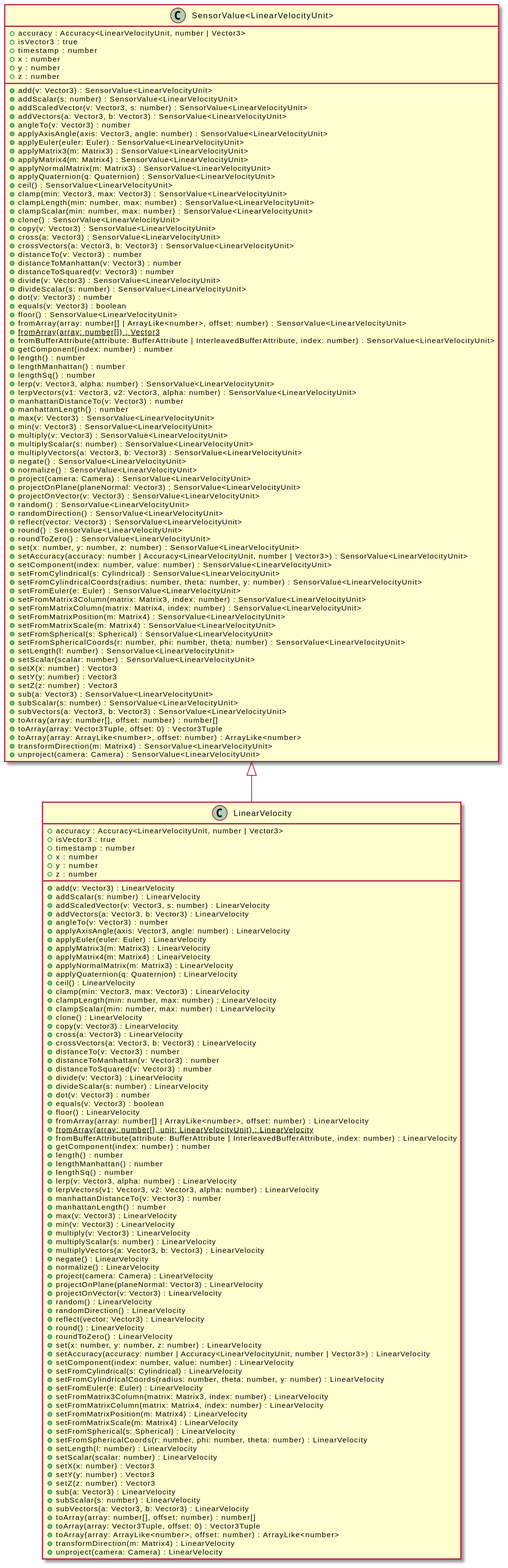
Earlier version of the PlantUML export assets/LinearVelocity-umlClassDiagram-4751.svg (OpenHPS/openhps-core). Its diagram source:
```plantuml
@startuml
skinparam BackgroundColor transparent
hide empty methods
hide empty fields
class "LinearVelocity" {
    +accuracy : Accuracy<LinearVelocityUnit, number | Vector3>
    +isVector3 : true
    +timestamp : number
    +x : number
    +y : number
    +z : number
    +add(v: Vector3) : LinearVelocity
    +addScalar(s: number) : LinearVelocity
    +addScaledVector(v: Vector3, s: number) : LinearVelocity
    +addVectors(a: Vector3, b: Vector3) : LinearVelocity
    +angleTo(v: Vector3) : number
    +applyAxisAngle(axis: Vector3, angle: number) : LinearVelocity
    +applyEuler(euler: Euler) : LinearVelocity
    +applyMatrix3(m: Matrix3) : LinearVelocity
    +applyMatrix4(m: Matrix4) : LinearVelocity
    +applyNormalMatrix(m: Matrix3) : LinearVelocity
    +applyQuaternion(q: Quaternion) : LinearVelocity
    +ceil() : LinearVelocity
    +clamp(min: Vector3, max: Vector3) : LinearVelocity
    +clampLength(min: number, max: number) : LinearVelocity
    +clampScalar(min: number, max: number) : LinearVelocity
    +clone() : LinearVelocity
    +copy(v: Vector3) : LinearVelocity
    +cross(a: Vector3) : LinearVelocity
    +crossVectors(a: Vector3, b: Vector3) : LinearVelocity
    +distanceTo(v: Vector3) : number
    +distanceToManhattan(v: Vector3) : number
    +distanceToSquared(v: Vector3) : number
    +divide(v: Vector3) : LinearVelocity
    +divideScalar(s: number) : LinearVelocity
    +dot(v: Vector3) : number
    +equals(v: Vector3) : boolean
    +floor() : LinearVelocity
    +fromArray(array: number[] | ArrayLike<number>, offset: number) : LinearVelocity
    {static} +fromArray(array: number[], unit: LinearVelocityUnit) : LinearVelocity
    +fromBufferAttribute(attribute: BufferAttribute | InterleavedBufferAttribute, index: number) : LinearVelocity
    +getComponent(index: number) : number
    +length() : number
    +lengthManhattan() : number
    +lengthSq() : number
    +lerp(v: Vector3, alpha: number) : LinearVelocity
    +lerpVectors(v1: Vector3, v2: Vector3, alpha: number) : LinearVelocity
    +manhattanDistanceTo(v: Vector3) : number
    +manhattanLength() : number
    +max(v: Vector3) : LinearVelocity
    +min(v: Vector3) : LinearVelocity
    +multiply(v: Vector3) : LinearVelocity
    +multiplyScalar(s: number) : LinearVelocity
    +multiplyVectors(a: Vector3, b: Vector3) : LinearVelocity
    +negate() : LinearVelocity
    +normalize() : LinearVelocity
    +project(camera: Camera) : LinearVelocity
    +projectOnPlane(planeNormal: Vector3) : LinearVelocity
    +projectOnVector(v: Vector3) : LinearVelocity
    +random() : LinearVelocity
    +randomDirection() : LinearVelocity
    +reflect(vector: Vector3) : LinearVelocity
    +round() : LinearVelocity
    +roundToZero() : LinearVelocity
    +set(x: number, y: number, z: number) : LinearVelocity
    +setAccuracy(accuracy: number | Accuracy<LinearVelocityUnit, number | Vector3>) : LinearVelocity
    +setComponent(index: number, value: number) : LinearVelocity
    +setFromCylindrical(s: Cylindrical) : LinearVelocity
    +setFromCylindricalCoords(radius: number, theta: number, y: number) : LinearVelocity
    +setFromEuler(e: Euler) : LinearVelocity
    +setFromMatrix3Column(matrix: Matrix3, index: number) : LinearVelocity
    +setFromMatrixColumn(matrix: Matrix4, index: number) : LinearVelocity
    +setFromMatrixPosition(m: Matrix4) : LinearVelocity
    +setFromMatrixScale(m: Matrix4) : LinearVelocity
    +setFromSpherical(s: Spherical) : LinearVelocity
    +setFromSphericalCoords(r: number, phi: number, theta: number) : LinearVelocity
    +setLength(l: number) : LinearVelocity
    +setScalar(scalar: number) : LinearVelocity
    +setX(x: number) : Vector3
    +setY(y: number) : Vector3
    +setZ(z: number) : Vector3
    +sub(a: Vector3) : LinearVelocity
    +subScalar(s: number) : LinearVelocity
    +subVectors(a: Vector3, b: Vector3) : LinearVelocity
    +toArray(array: number[], offset: number) : number[]
    +toArray(array: Vector3Tuple, offset: 0) : Vector3Tuple
    +toArray(array: ArrayLike<number>, offset: number) : ArrayLike<number>
    +transformDirection(m: Matrix4) : LinearVelocity
    +unproject(camera: Camera) : LinearVelocity
}
class "SensorValue<LinearVelocityUnit>" {
    +accuracy : Accuracy<LinearVelocityUnit, number | Vector3>
    +isVector3 : true
    +timestamp : number
    +x : number
    +y : number
    +z : number
    +add(v: Vector3) : SensorValue<LinearVelocityUnit>
    +addScalar(s: number) : SensorValue<LinearVelocityUnit>
    +addScaledVector(v: Vector3, s: number) : SensorValue<LinearVelocityUnit>
    +addVectors(a: Vector3, b: Vector3) : SensorValue<LinearVelocityUnit>
    +angleTo(v: Vector3) : number
    +applyAxisAngle(axis: Vector3, angle: number) : SensorValue<LinearVelocityUnit>
    +applyEuler(euler: Euler) : SensorValue<LinearVelocityUnit>
    +applyMatrix3(m: Matrix3) : SensorValue<LinearVelocityUnit>
    +applyMatrix4(m: Matrix4) : SensorValue<LinearVelocityUnit>
    +applyNormalMatrix(m: Matrix3) : SensorValue<LinearVelocityUnit>
    +applyQuaternion(q: Quaternion) : SensorValue<LinearVelocityUnit>
    +ceil() : SensorValue<LinearVelocityUnit>
    +clamp(min: Vector3, max: Vector3) : SensorValue<LinearVelocityUnit>
    +clampLength(min: number, max: number) : SensorValue<LinearVelocityUnit>
    +clampScalar(min: number, max: number) : SensorValue<LinearVelocityUnit>
    +clone() : SensorValue<LinearVelocityUnit>
    +copy(v: Vector3) : SensorValue<LinearVelocityUnit>
    +cross(a: Vector3) : SensorValue<LinearVelocityUnit>
    +crossVectors(a: Vector3, b: Vector3) : SensorValue<LinearVelocityUnit>
    +distanceTo(v: Vector3) : number
    +distanceToManhattan(v: Vector3) : number
    +distanceToSquared(v: Vector3) : number
    +divide(v: Vector3) : SensorValue<LinearVelocityUnit>
    +divideScalar(s: number) : SensorValue<LinearVelocityUnit>
    +dot(v: Vector3) : number
    +equals(v: Vector3) : boolean
    +floor() : SensorValue<LinearVelocityUnit>
    +fromArray(array: number[] | ArrayLike<number>, offset: number) : SensorValue<LinearVelocityUnit>
    {static} +fromArray(array: number[]) : Vector3
    +fromBufferAttribute(attribute: BufferAttribute | InterleavedBufferAttribute, index: number) : SensorValue<LinearVelocityUnit>
    +getComponent(index: number) : number
    +length() : number
    +lengthManhattan() : number
    +lengthSq() : number
    +lerp(v: Vector3, alpha: number) : SensorValue<LinearVelocityUnit>
    +lerpVectors(v1: Vector3, v2: Vector3, alpha: number) : SensorValue<LinearVelocityUnit>
    +manhattanDistanceTo(v: Vector3) : number
    +manhattanLength() : number
    +max(v: Vector3) : SensorValue<LinearVelocityUnit>
    +min(v: Vector3) : SensorValue<LinearVelocityUnit>
    +multiply(v: Vector3) : SensorValue<LinearVelocityUnit>
    +multiplyScalar(s: number) : SensorValue<LinearVelocityUnit>
    +multiplyVectors(a: Vector3, b: Vector3) : SensorValue<LinearVelocityUnit>
    +negate() : SensorValue<LinearVelocityUnit>
    +normalize() : SensorValue<LinearVelocityUnit>
    +project(camera: Camera) : SensorValue<LinearVelocityUnit>
    +projectOnPlane(planeNormal: Vector3) : SensorValue<LinearVelocityUnit>
    +projectOnVector(v: Vector3) : SensorValue<LinearVelocityUnit>
    +random() : SensorValue<LinearVelocityUnit>
    +randomDirection() : SensorValue<LinearVelocityUnit>
    +reflect(vector: Vector3) : SensorValue<LinearVelocityUnit>
    +round() : SensorValue<LinearVelocityUnit>
    +roundToZero() : SensorValue<LinearVelocityUnit>
    +set(x: number, y: number, z: number) : SensorValue<LinearVelocityUnit>
    +setAccuracy(accuracy: number | Accuracy<LinearVelocityUnit, number | Vector3>) : SensorValue<LinearVelocityUnit>
    +setComponent(index: number, value: number) : SensorValue<LinearVelocityUnit>
    +setFromCylindrical(s: Cylindrical) : SensorValue<LinearVelocityUnit>
    +setFromCylindricalCoords(radius: number, theta: number, y: number) : SensorValue<LinearVelocityUnit>
    +setFromEuler(e: Euler) : SensorValue<LinearVelocityUnit>
    +setFromMatrix3Column(matrix: Matrix3, index: number) : SensorValue<LinearVelocityUnit>
    +setFromMatrixColumn(matrix: Matrix4, index: number) : SensorValue<LinearVelocityUnit>
    +setFromMatrixPosition(m: Matrix4) : SensorValue<LinearVelocityUnit>
    +setFromMatrixScale(m: Matrix4) : SensorValue<LinearVelocityUnit>
    +setFromSpherical(s: Spherical) : SensorValue<LinearVelocityUnit>
    +setFromSphericalCoords(r: number, phi: number, theta: number) : SensorValue<LinearVelocityUnit>
    +setLength(l: number) : SensorValue<LinearVelocityUnit>
    +setScalar(scalar: number) : SensorValue<LinearVelocityUnit>
    +setX(x: number) : Vector3
    +setY(y: number) : Vector3
    +setZ(z: number) : Vector3
    +sub(a: Vector3) : SensorValue<LinearVelocityUnit>
    +subScalar(s: number) : SensorValue<LinearVelocityUnit>
    +subVectors(a: Vector3, b: Vector3) : SensorValue<LinearVelocityUnit>
    +toArray(array: number[], offset: number) : number[]
    +toArray(array: Vector3Tuple, offset: 0) : Vector3Tuple
    +toArray(array: ArrayLike<number>, offset: number) : ArrayLike<number>
    +transformDirection(m: Matrix4) : SensorValue<LinearVelocityUnit>
    +unproject(camera: Camera) : SensorValue<LinearVelocityUnit>
}
"SensorValue<LinearVelocityUnit>" <|-- "LinearVelocity"
@enduml
```
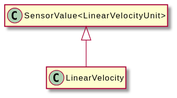
Later version of the same file.

The edit, as a diff of the source:
```diff
@@ -3,176 +3,8 @@
 hide empty methods
 hide empty fields
 class "LinearVelocity" {
-    +accuracy : Accuracy<LinearVelocityUnit, number | Vector3>
-    +isVector3 : true
-    +timestamp : number
-    +x : number
-    +y : number
-    +z : number
-    +add(v: Vector3) : LinearVelocity
-    +addScalar(s: number) : LinearVelocity
-    +addScaledVector(v: Vector3, s: number) : LinearVelocity
-    +addVectors(a: Vector3, b: Vector3) : LinearVelocity
-    +angleTo(v: Vector3) : number
-    +applyAxisAngle(axis: Vector3, angle: number) : LinearVelocity
-    +applyEuler(euler: Euler) : LinearVelocity
-    +applyMatrix3(m: Matrix3) : LinearVelocity
-    +applyMatrix4(m: Matrix4) : LinearVelocity
-    +applyNormalMatrix(m: Matrix3) : LinearVelocity
-    +applyQuaternion(q: Quaternion) : LinearVelocity
-    +ceil() : LinearVelocity
-    +clamp(min: Vector3, max: Vector3) : LinearVelocity
-    +clampLength(min: number, max: number) : LinearVelocity
-    +clampScalar(min: number, max: number) : LinearVelocity
-    +clone() : LinearVelocity
-    +copy(v: Vector3) : LinearVelocity
-    +cross(a: Vector3) : LinearVelocity
-    +crossVectors(a: Vector3, b: Vector3) : LinearVelocity
-    +distanceTo(v: Vector3) : number
-    +distanceToManhattan(v: Vector3) : number
-    +distanceToSquared(v: Vector3) : number
-    +divide(v: Vector3) : LinearVelocity
-    +divideScalar(s: number) : LinearVelocity
-    +dot(v: Vector3) : number
-    +equals(v: Vector3) : boolean
-    +floor() : LinearVelocity
-    +fromArray(array: number[] | ArrayLike<number>, offset: number) : LinearVelocity
-    {static} +fromArray(array: number[], unit: LinearVelocityUnit) : LinearVelocity
-    +fromBufferAttribute(attribute: BufferAttribute | InterleavedBufferAttribute, index: number) : LinearVelocity
-    +getComponent(index: number) : number
-    +length() : number
-    +lengthManhattan() : number
-    +lengthSq() : number
-    +lerp(v: Vector3, alpha: number) : LinearVelocity
-    +lerpVectors(v1: Vector3, v2: Vector3, alpha: number) : LinearVelocity
-    +manhattanDistanceTo(v: Vector3) : number
-    +manhattanLength() : number
-    +max(v: Vector3) : LinearVelocity
-    +min(v: Vector3) : LinearVelocity
-    +multiply(v: Vector3) : LinearVelocity
-    +multiplyScalar(s: number) : LinearVelocity
-    +multiplyVectors(a: Vector3, b: Vector3) : LinearVelocity
-    +negate() : LinearVelocity
-    +normalize() : LinearVelocity
-    +project(camera: Camera) : LinearVelocity
-    +projectOnPlane(planeNormal: Vector3) : LinearVelocity
-    +projectOnVector(v: Vector3) : LinearVelocity
-    +random() : LinearVelocity
-    +randomDirection() : LinearVelocity
-    +reflect(vector: Vector3) : LinearVelocity
-    +round() : LinearVelocity
-    +roundToZero() : LinearVelocity
-    +set(x: number, y: number, z: number) : LinearVelocity
-    +setAccuracy(accuracy: number | Accuracy<LinearVelocityUnit, number | Vector3>) : LinearVelocity
-    +setComponent(index: number, value: number) : LinearVelocity
-    +setFromCylindrical(s: Cylindrical) : LinearVelocity
-    +setFromCylindricalCoords(radius: number, theta: number, y: number) : LinearVelocity
-    +setFromEuler(e: Euler) : LinearVelocity
-    +setFromMatrix3Column(matrix: Matrix3, index: number) : LinearVelocity
-    +setFromMatrixColumn(matrix: Matrix4, index: number) : LinearVelocity
-    +setFromMatrixPosition(m: Matrix4) : LinearVelocity
-    +setFromMatrixScale(m: Matrix4) : LinearVelocity
-    +setFromSpherical(s: Spherical) : LinearVelocity
-    +setFromSphericalCoords(r: number, phi: number, theta: number) : LinearVelocity
-    +setLength(l: number) : LinearVelocity
-    +setScalar(scalar: number) : LinearVelocity
-    +setX(x: number) : Vector3
-    +setY(y: number) : Vector3
-    +setZ(z: number) : Vector3
-    +sub(a: Vector3) : LinearVelocity
-    +subScalar(s: number) : LinearVelocity
-    +subVectors(a: Vector3, b: Vector3) : LinearVelocity
-    +toArray(array: number[], offset: number) : number[]
-    +toArray(array: Vector3Tuple, offset: 0) : Vector3Tuple
-    +toArray(array: ArrayLike<number>, offset: number) : ArrayLike<number>
-    +transformDirection(m: Matrix4) : LinearVelocity
-    +unproject(camera: Camera) : LinearVelocity
 }
 class "SensorValue<LinearVelocityUnit>" {
-    +accuracy : Accuracy<LinearVelocityUnit, number | Vector3>
-    +isVector3 : true
-    +timestamp : number
-    +x : number
-    +y : number
-    +z : number
-    +add(v: Vector3) : SensorValue<LinearVelocityUnit>
-    +addScalar(s: number) : SensorValue<LinearVelocityUnit>
-    +addScaledVector(v: Vector3, s: number) : SensorValue<LinearVelocityUnit>
-    +addVectors(a: Vector3, b: Vector3) : SensorValue<LinearVelocityUnit>
-    +angleTo(v: Vector3) : number
-    +applyAxisAngle(axis: Vector3, angle: number) : SensorValue<LinearVelocityUnit>
-    +applyEuler(euler: Euler) : SensorValue<LinearVelocityUnit>
-    +applyMatrix3(m: Matrix3) : SensorValue<LinearVelocityUnit>
-    +applyMatrix4(m: Matrix4) : SensorValue<LinearVelocityUnit>
-    +applyNormalMatrix(m: Matrix3) : SensorValue<LinearVelocityUnit>
-    +applyQuaternion(q: Quaternion) : SensorValue<LinearVelocityUnit>
-    +ceil() : SensorValue<LinearVelocityUnit>
-    +clamp(min: Vector3, max: Vector3) : SensorValue<LinearVelocityUnit>
-    +clampLength(min: number, max: number) : SensorValue<LinearVelocityUnit>
-    +clampScalar(min: number, max: number) : SensorValue<LinearVelocityUnit>
-    +clone() : SensorValue<LinearVelocityUnit>
-    +copy(v: Vector3) : SensorValue<LinearVelocityUnit>
-    +cross(a: Vector3) : SensorValue<LinearVelocityUnit>
-    +crossVectors(a: Vector3, b: Vector3) : SensorValue<LinearVelocityUnit>
-    +distanceTo(v: Vector3) : number
-    +distanceToManhattan(v: Vector3) : number
-    +distanceToSquared(v: Vector3) : number
-    +divide(v: Vector3) : SensorValue<LinearVelocityUnit>
-    +divideScalar(s: number) : SensorValue<LinearVelocityUnit>
-    +dot(v: Vector3) : number
-    +equals(v: Vector3) : boolean
-    +floor() : SensorValue<LinearVelocityUnit>
-    +fromArray(array: number[] | ArrayLike<number>, offset: number) : SensorValue<LinearVelocityUnit>
-    {static} +fromArray(array: number[]) : Vector3
-    +fromBufferAttribute(attribute: BufferAttribute | InterleavedBufferAttribute, index: number) : SensorValue<LinearVelocityUnit>
-    +getComponent(index: number) : number
-    +length() : number
-    +lengthManhattan() : number
-    +lengthSq() : number
-    +lerp(v: Vector3, alpha: number) : SensorValue<LinearVelocityUnit>
-    +lerpVectors(v1: Vector3, v2: Vector3, alpha: number) : SensorValue<LinearVelocityUnit>
-    +manhattanDistanceTo(v: Vector3) : number
-    +manhattanLength() : number
-    +max(v: Vector3) : SensorValue<LinearVelocityUnit>
-    +min(v: Vector3) : SensorValue<LinearVelocityUnit>
-    +multiply(v: Vector3) : SensorValue<LinearVelocityUnit>
-    +multiplyScalar(s: number) : SensorValue<LinearVelocityUnit>
-    +multiplyVectors(a: Vector3, b: Vector3) : SensorValue<LinearVelocityUnit>
-    +negate() : SensorValue<LinearVelocityUnit>
-    +normalize() : SensorValue<LinearVelocityUnit>
-    +project(camera: Camera) : SensorValue<LinearVelocityUnit>
-    +projectOnPlane(planeNormal: Vector3) : SensorValue<LinearVelocityUnit>
-    +projectOnVector(v: Vector3) : SensorValue<LinearVelocityUnit>
-    +random() : SensorValue<LinearVelocityUnit>
-    +randomDirection() : SensorValue<LinearVelocityUnit>
-    +reflect(vector: Vector3) : SensorValue<LinearVelocityUnit>
-    +round() : SensorValue<LinearVelocityUnit>
-    +roundToZero() : SensorValue<LinearVelocityUnit>
-    +set(x: number, y: number, z: number) : SensorValue<LinearVelocityUnit>
-    +setAccuracy(accuracy: number | Accuracy<LinearVelocityUnit, number | Vector3>) : SensorValue<LinearVelocityUnit>
-    +setComponent(index: number, value: number) : SensorValue<LinearVelocityUnit>
-    +setFromCylindrical(s: Cylindrical) : SensorValue<LinearVelocityUnit>
-    +setFromCylindricalCoords(radius: number, theta: number, y: number) : SensorValue<LinearVelocityUnit>
-    +setFromEuler(e: Euler) : SensorValue<LinearVelocityUnit>
-    +setFromMatrix3Column(matrix: Matrix3, index: number) : SensorValue<LinearVelocityUnit>
-    +setFromMatrixColumn(matrix: Matrix4, index: number) : SensorValue<LinearVelocityUnit>
-    +setFromMatrixPosition(m: Matrix4) : SensorValue<LinearVelocityUnit>
-    +setFromMatrixScale(m: Matrix4) : SensorValue<LinearVelocityUnit>
-    +setFromSpherical(s: Spherical) : SensorValue<LinearVelocityUnit>
-    +setFromSphericalCoords(r: number, phi: number, theta: number) : SensorValue<LinearVelocityUnit>
-    +setLength(l: number) : SensorValue<LinearVelocityUnit>
-    +setScalar(scalar: number) : SensorValue<LinearVelocityUnit>
-    +setX(x: number) : Vector3
-    +setY(y: number) : Vector3
-    +setZ(z: number) : Vector3
-    +sub(a: Vector3) : SensorValue<LinearVelocityUnit>
-    +subScalar(s: number) : SensorValue<LinearVelocityUnit>
-    +subVectors(a: Vector3, b: Vector3) : SensorValue<LinearVelocityUnit>
-    +toArray(array: number[], offset: number) : number[]
-    +toArray(array: Vector3Tuple, offset: 0) : Vector3Tuple
-    +toArray(array: ArrayLike<number>, offset: number) : ArrayLike<number>
-    +transformDirection(m: Matrix4) : SensorValue<LinearVelocityUnit>
-    +unproject(camera: Camera) : SensorValue<LinearVelocityUnit>
 }
 "SensorValue<LinearVelocityUnit>" <|-- "LinearVelocity"
 @enduml
```
